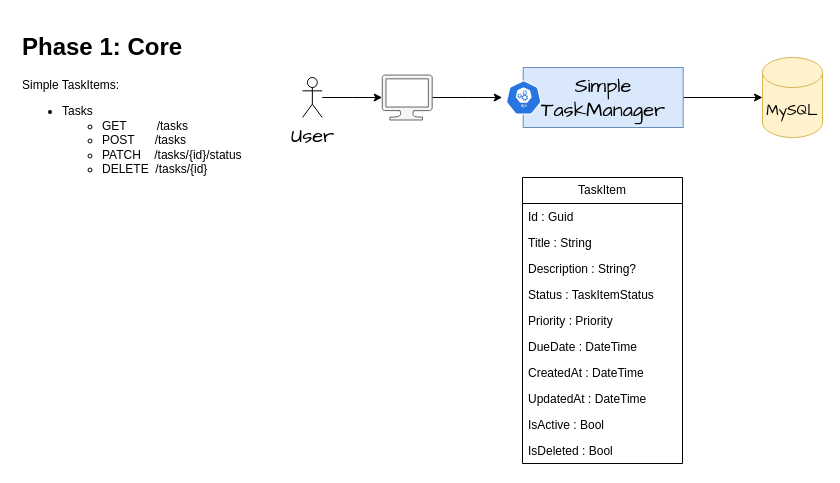
This is page "Phase 1: Core (Implemented)" (1 of 3) of doc/SimpleTaskManager.drawio from EduardoDorr/SimpleTaskManager, a draw.io file, before an edit. Source tidied: cells renumbered, new cells numbered last; positions are measured from the earlier drawing's top-left corner, leaving out a move shared by most shapes. Both pictures are drawn from the tidied source at 100%, with x=0, y=0 at pixel (17, 27).
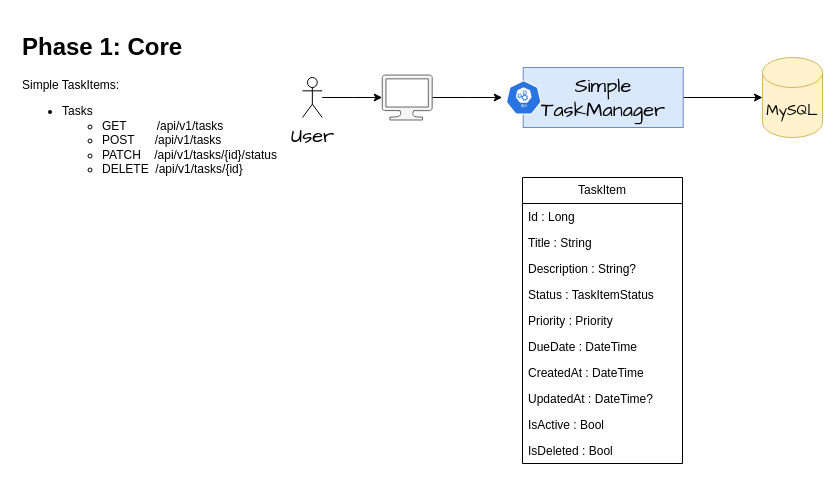
The same page after the edit.

Unchanged cells that the change refers to:
```xml
<mxCell id="11" value="TaskItem" style="swimlane;fontStyle=0;horizontal=1;startSize=26;fillColor=none;whiteSpace=wrap;html=1;" parent="1" vertex="1">
  <mxGeometry x="505" y="150" width="160" height="286" as="geometry" />
</mxCell>
```

Change to the diagram source:
```diff
@@
-    <mxCell id="12" value="Id : Guid" style="text;strokeColor=none;fillColor=none;align=left;verticalAlign=top;spacingLeft=4;spacingRight=4;overflow=hidden;whiteSpace=wrap;html=1;" parent="11" vertex="1">
+    <mxCell id="12" value="Id : Long" style="text;strokeColor=none;fillColor=none;align=left;verticalAlign=top;spacingLeft=4;spacingRight=4;overflow=hidden;whiteSpace=wrap;html=1;" parent="11" vertex="1">
       <mxGeometry y="26" width="160" height="26" as="geometry" />
     </mxCell>
@@
-    <mxCell id="19" value="UpdatedAt : DateTime" style="text;strokeColor=none;fillColor=none;align=left;verticalAlign=top;spacingLeft=4;spacingRight=4;overflow=hidden;whiteSpace=wrap;html=1;" parent="11" vertex="1">
+    <mxCell id="19" value="UpdatedAt : DateTime?" style="text;strokeColor=none;fillColor=none;align=left;verticalAlign=top;spacingLeft=4;spacingRight=4;overflow=hidden;whiteSpace=wrap;html=1;" parent="11" vertex="1">
       <mxGeometry y="208" width="160" height="26" as="geometry" />
     </mxCell>
@@
-    <mxCell id="22" value="&lt;h1&gt;Phase 1: Core&lt;br&gt;&lt;/h1&gt;&lt;p&gt;Simple TaskItems:&lt;/p&gt;&lt;p&gt;&lt;/p&gt;&lt;ul&gt;&lt;li&gt;Tasks&lt;/li&gt;&lt;ul&gt;&lt;li&gt;&lt;span style=&quot;background-color: initial;&quot;&gt;GET&amp;nbsp; &amp;nbsp; &amp;nbsp; &amp;nbsp; &amp;nbsp;/tasks&lt;/span&gt;&lt;/li&gt;&lt;li&gt;POST&amp;nbsp; &amp;nbsp; &amp;nbsp; /tasks&lt;/li&gt;&lt;li&gt;PATCH&amp;nbsp; &amp;nbsp; /tasks/{id}/status&lt;/li&gt;&lt;li style=&quot;border-color: var(--border-color);&quot;&gt;DELETE&amp;nbsp; /tasks/{id}&lt;/li&gt;&lt;/ul&gt;&lt;/ul&gt;&lt;p&gt;&lt;/p&gt;" style="text;html=1;strokeColor=none;fillColor=none;spacing=5;spacingTop=-20;whiteSpace=wrap;overflow=hidden;rounded=0;" parent="1" vertex="1">
+    <mxCell id="22" value="&lt;h1&gt;Phase 1: Core&lt;br&gt;&lt;/h1&gt;&lt;p&gt;Simple TaskItems:&lt;/p&gt;&lt;p&gt;&lt;/p&gt;&lt;ul&gt;&lt;li&gt;Tasks&lt;/li&gt;&lt;ul&gt;&lt;li&gt;&lt;span style=&quot;background-color: initial;&quot;&gt;GET&amp;nbsp; &amp;nbsp; &amp;nbsp; &amp;nbsp; &amp;nbsp;/api/v1/tasks&lt;/span&gt;&lt;/li&gt;&lt;li&gt;POST&amp;nbsp; &amp;nbsp; &amp;nbsp; /api/v1/tasks&lt;/li&gt;&lt;li&gt;PATCH&amp;nbsp; &amp;nbsp; /api/v1/tasks/{id}/status&lt;/li&gt;&lt;li style=&quot;border-color: var(--border-color);&quot;&gt;DELETE&amp;nbsp; /api/v1/tasks/{id}&lt;/li&gt;&lt;/ul&gt;&lt;/ul&gt;&lt;p&gt;&lt;/p&gt;" style="text;html=1;strokeColor=none;fillColor=none;spacing=5;spacingTop=-20;whiteSpace=wrap;overflow=hidden;rounded=0;" parent="1" vertex="1">
       <mxGeometry width="270" height="150" as="geometry" />
     </mxCell>
```
